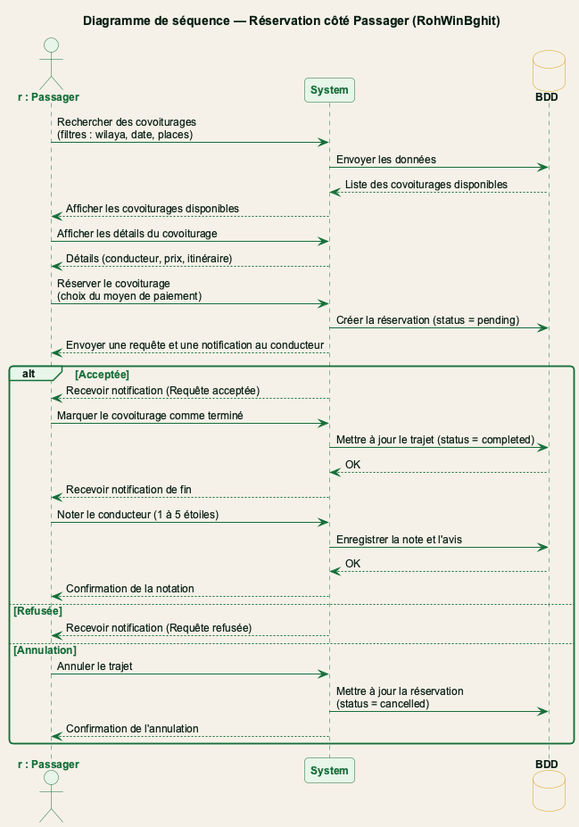
The PlantUML diagram figures/fig_sequence_reservation_passager.png in Belhormamohamed13/Memiore_RohWinBghit, before a commit. The source it was exported from:
```plantuml
@startuml fig_sequence_reservation_passager
!include theme_rohwinbghit.puml

title Diagramme de séquence — Réservation côté Passager (RohWinBghit)

actor "r : Passager" as P
participant "System" as S
database "BDD" as DB

P -> S : Rechercher des covoiturages\n(filtres : wilaya, date, places)
S -> DB : Envoyer les données
DB --> S : Liste des covoiturages disponibles
S --> P : Afficher les covoiturages disponibles

P -> S : Afficher les détails du covoiturage
S --> P : Détails (conducteur, prix, itinéraire)

P -> S : Réserver le covoiturage\n(choix du moyen de paiement)
S -> DB : Créer la réservation (status = pending)
S --> P : Envoyer une requête et une notification au conducteur

alt Acceptée

  S --> P : Recevoir notification (Requête acceptée)

  P -> S : Marquer le covoiturage comme terminé
  S -> DB : Mettre à jour le trajet (status = completed)
  DB --> S : OK
  S --> P : Recevoir notification de fin

  P -> S : Noter le conducteur (1 à 5 étoiles)
  S -> DB : Enregistrer la note et l'avis
  DB --> S : OK
  S --> P : Confirmation de la notation

else Refusée
  S --> P : Recevoir notification (Requête refusée)
else Annulation
  P -> S : Annuler le trajet
  S -> DB : Mettre à jour la réservation\n(status = cancelled)
  S --> P : Confirmation de l'annulation
end

@enduml
```
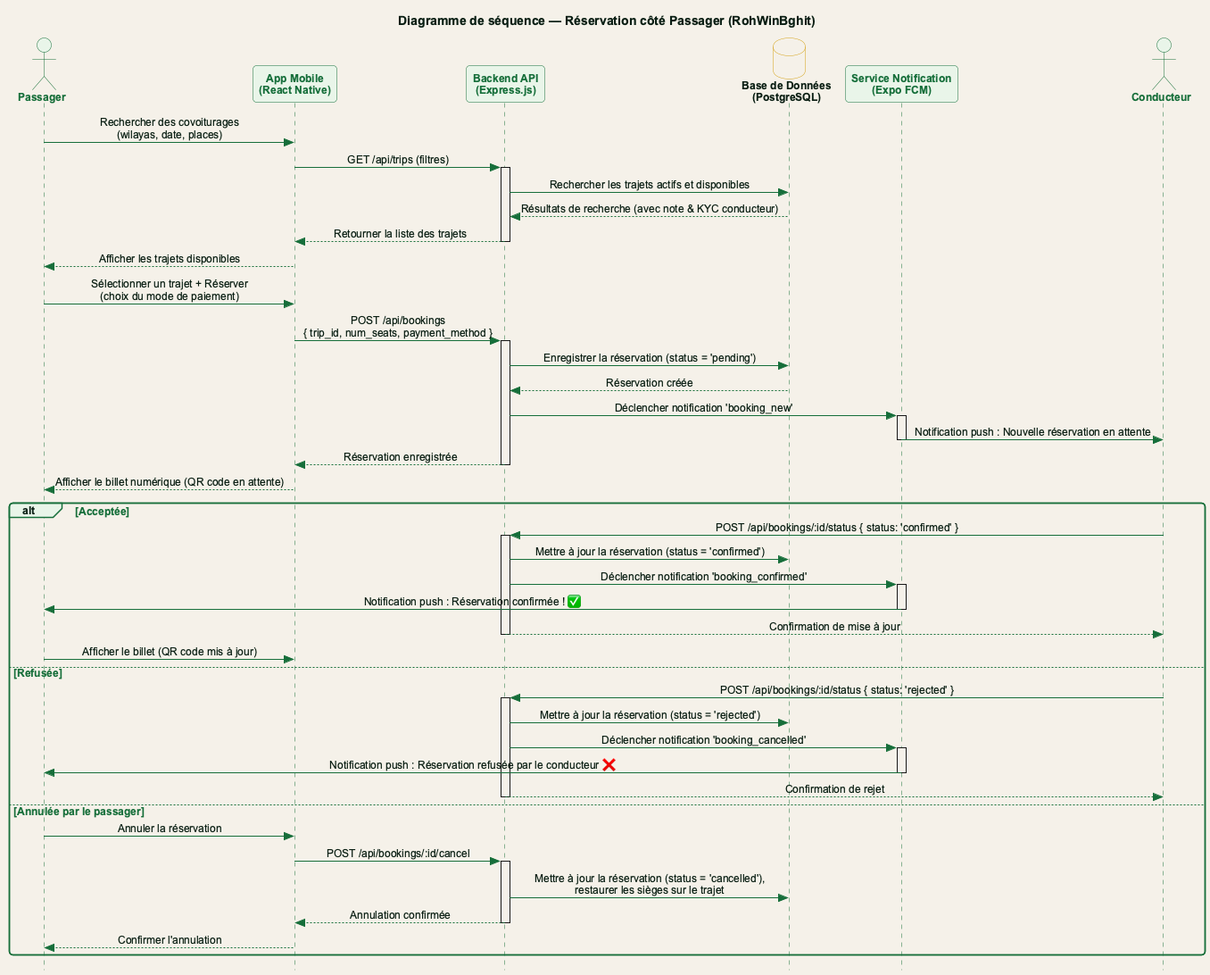
After the commit.

The edit, as a diff of the source:
```diff
@@ -1,44 +1,70 @@
 @startuml fig_sequence_reservation_passager
 !include theme_rohwinbghit.puml
+skinparam style strictuml
+skinparam SequenceMessageAlignment center
 
 title Diagramme de séquence — Réservation côté Passager (RohWinBghit)
 
-actor "r : Passager" as P
-participant "System" as S
-database "BDD" as DB
+actor "Passager" as P
+participant "App Mobile\n(React Native)" as App
+participant "Backend API\n(Express.js)" as API
+database "Base de Données\n(PostgreSQL)" as DB
+participant "Service Notification\n(Expo FCM)" as Notif
+actor "Conducteur" as D
 
-P -> S : Rechercher des covoiturages\n(filtres : wilaya, date, places)
-S -> DB : Envoyer les données
-DB --> S : Liste des covoiturages disponibles
-S --> P : Afficher les covoiturages disponibles
+P -> App : Rechercher des covoiturages\n(wilayas, date, places)
+App -> API : GET /api/trips (filtres)
+activate API
 
-P -> S : Afficher les détails du covoiturage
-S --> P : Détails (conducteur, prix, itinéraire)
+API -> DB : Rechercher les trajets actifs et disponibles
+DB --> API : Résultats de recherche (avec note & KYC conducteur)
+API --> App : Retourner la liste des trajets
+deactivate API
+App --> P : Afficher les trajets disponibles
 
-P -> S : Réserver le covoiturage\n(choix du moyen de paiement)
-S -> DB : Créer la réservation (status = pending)
-S --> P : Envoyer une requête et une notification au conducteur
+P -> App : Sélectionner un trajet + Réserver\n(choix du mode de paiement)
+App -> API : POST /api/bookings\n{ trip_id, num_seats, payment_method }
+activate API
+
+API -> DB : Enregistrer la réservation (status = 'pending')
+DB --> API : Réservation créée
+API -> Notif : Déclencher notification 'booking_new'
+activate Notif
+Notif -> D : Notification push : Nouvelle réservation en attente
+deactivate Notif
+API --> App : Réservation enregistrée
+deactivate API
+App --> P : Afficher le billet numérique (QR code en attente)
 
 alt Acceptée
-
-  S --> P : Recevoir notification (Requête acceptée)
-
-  P -> S : Marquer le covoiturage comme terminé
-  S -> DB : Mettre à jour le trajet (status = completed)
-  DB --> S : OK
-  S --> P : Recevoir notification de fin
-
-  P -> S : Noter le conducteur (1 à 5 étoiles)
-  S -> DB : Enregistrer la note et l'avis
-  DB --> S : OK
-  S --> P : Confirmation de la notation
-
+  D -> API : POST /api/bookings/:id/status { status: 'confirmed' }
+  activate API
+  API -> DB : Mettre à jour la réservation (status = 'confirmed')
+  API -> Notif : Déclencher notification 'booking_confirmed'
+  activate Notif
+  Notif -> P : Notification push : Réservation confirmée ! ✅
+  deactivate Notif
+  API --> D : Confirmation de mise à jour
+  deactivate API
+  P -> App : Afficher le billet (QR code mis à jour)
 else Refusée
-  S --> P : Recevoir notification (Requête refusée)
-else Annulation
-  P -> S : Annuler le trajet
-  S -> DB : Mettre à jour la réservation\n(status = cancelled)
-  S --> P : Confirmation de l'annulation
+  D -> API : POST /api/bookings/:id/status { status: 'rejected' }
+  activate API
+  API -> DB : Mettre à jour la réservation (status = 'rejected')
+  API -> Notif : Déclencher notification 'booking_cancelled'
+  activate Notif
+  Notif -> P : Notification push : Réservation refusée par le conducteur ❌
+  deactivate Notif
+  API --> D : Confirmation de rejet
+  deactivate API
+else Annulée par le passager
+  P -> App : Annuler la réservation
+  App -> API : POST /api/bookings/:id/cancel
+  activate API
+  API -> DB : Mettre à jour la réservation (status = 'cancelled'),\nrestaurer les sièges sur le trajet
+  API --> App : Annulation confirmée
+  deactivate API
+  App --> P : Confirmer l'annulation
 end
 
 @enduml
```
